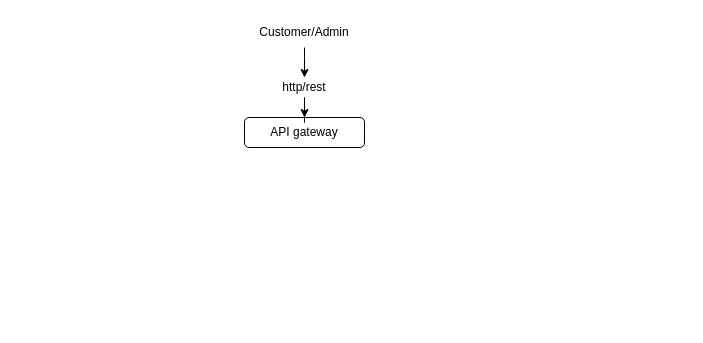
Before: Untitled Diagram.drawio in vishak-w/flybook, a draw.io diagram. Source tidied: cells renumbered, new cells numbered last; positions are measured from the earlier drawing's top-left corner, leaving out a move shared by most shapes. Both pictures are drawn from the tidied source at 100%, with x=0, y=0 at pixel (244, 17).
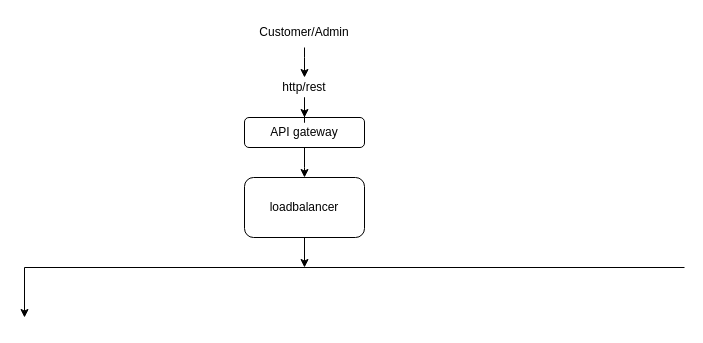
Above is the later version.

The edit, as a diff of the source:
```diff
@@
 <mxGraphModel>
   <root>
     <mxCell id="0" />
     <mxCell id="1" parent="0" />
+    <mxCell id="7" style="edgeStyle=orthogonalEdgeStyle;rounded=0;jettySize=auto;html=1;defaultLabelBackgroundColor=page;" parent="1" edge="1" source="2">
+      <mxGeometry x="0.8" relative="1" as="geometry">
+        <mxPoint x="60" y="160" as="targetPoint" />
+      </mxGeometry>
+    </mxCell>
     <mxCell id="2" value="API gateway" style="rounded=1;whiteSpace=wrap;html=1;roundedPerimeter=1;" parent="1" vertex="1">
       <mxGeometry y="100" width="120" height="30" as="geometry" />
     </mxCell>
     <mxCell id="3" style="edgeStyle=orthogonalEdgeStyle;rounded=0;jettySize=auto;html=1;defaultLabelBackgroundColor=page;" parent="1" edge="1" source="4">
       <mxGeometry x="-0.67" relative="1" as="geometry">
         <mxPoint x="60" y="60" as="targetPoint" />
         <Array as="points">
           <mxPoint x="60" y="40" />
           <mxPoint x="60" y="40" />
         </Array>
       </mxGeometry>
     </mxCell>
     <mxCell id="4" value="Customer/Admin" style="text;html=1;whiteSpace=wrap;strokeColor=none;fillColor=none;align=center;verticalAlign=middle;rounded=0;" parent="1" vertex="1">
       <mxGeometry x="30" width="60" height="30" as="geometry" />
     </mxCell>
     <mxCell id="5" style="edgeStyle=orthogonalEdgeStyle;rounded=0;jettySize=auto;html=1;defaultLabelBackgroundColor=page;" parent="1" edge="1" source="6" target="2">
       <mxGeometry relative="1" as="geometry" />
     </mxCell>
     <mxCell id="6" value="http/rest" style="text;html=1;whiteSpace=wrap;strokeColor=none;fillColor=none;align=center;verticalAlign=middle;rounded=0;" parent="1" vertex="1">
       <mxGeometry x="30" y="55" width="60" height="30" as="geometry" />
     </mxCell>
+    <mxCell id="8" style="edgeStyle=orthogonalEdgeStyle;rounded=0;jettySize=auto;html=1;exitX=0.5;exitY=1;exitDx=0;exitDy=0;defaultLabelBackgroundColor=page;" parent="1" edge="1" source="9">
+      <mxGeometry relative="1" as="geometry">
+        <mxPoint x="60" y="250" as="targetPoint" />
+      </mxGeometry>
+    </mxCell>
+    <mxCell id="9" value="loadbalancer" style="whiteSpace=wrap;html=1;rounded=1;roundedPerimeter=1;" parent="1" vertex="1">
+      <mxGeometry y="160" width="120" height="60" as="geometry" />
+    </mxCell>
+    <mxCell id="10" style="endArrow=none;html=1;rounded=0;defaultLabelBackgroundColor=page;strokeWidth=1;" parent="1" edge="1">
+      <mxGeometry relative="1" as="geometry">
+        <mxPoint x="-220" y="250" as="sourcePoint" />
+        <mxPoint x="440" y="250" as="targetPoint" />
+      </mxGeometry>
+    </mxCell>
+    <mxCell id="11" style="endArrow=classic;html=1;rounded=0;defaultLabelBackgroundColor=page;" parent="1" edge="1">
+      <mxGeometry relative="1" as="geometry">
+        <mxPoint x="-220" y="250" as="sourcePoint" />
+        <mxPoint x="-220" y="300" as="targetPoint" />
+      </mxGeometry>
+    </mxCell>
   </root>
 </mxGraphModel>
```
